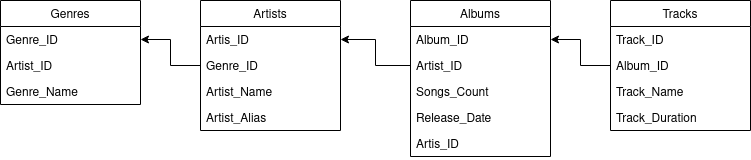
The draw.io diagram home_work1.png in ilia39/for_screenshots, before a commit. Source tidied: cells renumbered, new cells last; positions are measured from the earlier drawing's top-left corner, leaving out a move shared by most shapes. The source it was exported from:
```xml
<mxGraphModel>
  <root>
    <mxCell id="0" />
    <mxCell id="1" parent="0" />
    <mxCell id="2" value="Artists" style="swimlane;fontStyle=0;horizontal=1;startSize=26;" parent="1" vertex="1">
      <mxGeometry x="200" width="140" height="130" as="geometry" />
    </mxCell>
    <mxCell id="3" value="Artis_ID" style="text;strokeColor=none;fillColor=none;align=left;verticalAlign=top;spacingLeft=4;spacingRight=4;overflow=hidden;points=[[0,0.5],[1,0.5]];portConstraint=eastwest;" parent="2" vertex="1">
      <mxGeometry y="26" width="140" height="26" as="geometry" />
    </mxCell>
    <mxCell id="4" value="Genre_ID" style="text;strokeColor=none;fillColor=none;align=left;verticalAlign=top;spacingLeft=4;spacingRight=4;overflow=hidden;points=[[0,0.5],[1,0.5]];portConstraint=eastwest;" parent="2" vertex="1">
      <mxGeometry y="52" width="140" height="26" as="geometry" />
    </mxCell>
    <mxCell id="5" value="Artist_Name" style="text;strokeColor=none;fillColor=none;align=left;verticalAlign=top;spacingLeft=4;spacingRight=4;overflow=hidden;" parent="2" vertex="1">
      <mxGeometry y="78" width="140" height="26" as="geometry" />
    </mxCell>
    <mxCell id="6" value="Artist_Alias" style="text;strokeColor=none;fillColor=none;align=left;verticalAlign=top;spacingLeft=4;spacingRight=4;overflow=hidden;" parent="2" vertex="1">
      <mxGeometry y="104" width="140" height="26" as="geometry" />
    </mxCell>
    <mxCell id="7" value="Albums" style="swimlane;fontStyle=0;horizontal=1;startSize=26;" parent="1" vertex="1">
      <mxGeometry x="410" width="140" height="156" as="geometry" />
    </mxCell>
    <mxCell id="8" value="Album_ID" style="text;strokeColor=none;fillColor=none;align=left;verticalAlign=top;spacingLeft=4;spacingRight=4;overflow=hidden;" parent="7" vertex="1">
      <mxGeometry y="26" width="140" height="26" as="geometry" />
    </mxCell>
    <mxCell id="9" value="Artist_ID" style="text;strokeColor=none;fillColor=none;align=left;verticalAlign=top;spacingLeft=4;spacingRight=4;overflow=hidden;points=[[0,0.5],[1,0.5]];portConstraint=eastwest;" parent="7" vertex="1">
      <mxGeometry y="52" width="140" height="26" as="geometry" />
    </mxCell>
    <mxCell id="10" value="Songs_Count" style="text;strokeColor=none;fillColor=none;align=left;verticalAlign=top;spacingLeft=4;spacingRight=4;overflow=hidden;" parent="7" vertex="1">
      <mxGeometry y="78" width="140" height="26" as="geometry" />
    </mxCell>
    <mxCell id="11" value="Release_Date" style="text;strokeColor=none;fillColor=none;align=left;verticalAlign=top;spacingLeft=4;spacingRight=4;overflow=hidden;" parent="7" vertex="1">
      <mxGeometry y="104" width="140" height="26" as="geometry" />
    </mxCell>
    <mxCell id="12" value="Artis_ID" style="text;strokeColor=none;fillColor=none;align=left;verticalAlign=top;spacingLeft=4;spacingRight=4;overflow=hidden;" parent="7" vertex="1">
      <mxGeometry y="130" width="140" height="26" as="geometry" />
    </mxCell>
    <mxCell id="13" style="edgeStyle=orthogonalEdgeStyle;rounded=0;jettySize=auto;html=1;entryX=1;entryY=0.5;entryDx=0;entryDy=0;" parent="1" edge="1" source="9" target="3">
      <mxGeometry relative="1" as="geometry" />
    </mxCell>
    <mxCell id="14" value="Tracks" style="swimlane;fontStyle=0;horizontal=1;startSize=26;" parent="1" vertex="1">
      <mxGeometry x="610" width="140" height="130" as="geometry" />
    </mxCell>
    <mxCell id="15" value="Track_ID" style="text;strokeColor=none;fillColor=none;align=left;verticalAlign=top;spacingLeft=4;spacingRight=4;overflow=hidden;" parent="14" vertex="1">
      <mxGeometry y="26" width="140" height="26" as="geometry" />
    </mxCell>
    <mxCell id="16" value="Album_ID" style="text;strokeColor=none;fillColor=none;align=left;verticalAlign=top;spacingLeft=4;spacingRight=4;overflow=hidden;points=[[0,0.5],[1,0.5]];portConstraint=eastwest;" parent="14" vertex="1">
      <mxGeometry y="52" width="140" height="26" as="geometry" />
    </mxCell>
    <mxCell id="17" value="Track_Name" style="text;strokeColor=none;fillColor=none;align=left;verticalAlign=top;spacingLeft=4;spacingRight=4;overflow=hidden;" parent="14" vertex="1">
      <mxGeometry y="78" width="140" height="26" as="geometry" />
    </mxCell>
    <mxCell id="18" value="Track_Duration" style="text;strokeColor=none;fillColor=none;align=left;verticalAlign=top;spacingLeft=4;spacingRight=4;overflow=hidden;" parent="14" vertex="1">
      <mxGeometry y="104" width="140" height="26" as="geometry" />
    </mxCell>
    <mxCell id="19" style="edgeStyle=orthogonalEdgeStyle;rounded=0;jettySize=auto;html=1;entryX=1;entryY=0.25;entryDx=0;entryDy=0;" parent="1" edge="1" source="16" target="7">
      <mxGeometry relative="1" as="geometry" />
    </mxCell>
    <mxCell id="20" value="Genres" style="swimlane;fontStyle=0;horizontal=1;startSize=26;" parent="1" vertex="1">
      <mxGeometry width="140" height="104" as="geometry" />
    </mxCell>
    <mxCell id="21" value="Genre_ID" style="text;strokeColor=none;fillColor=none;align=left;verticalAlign=top;spacingLeft=4;spacingRight=4;overflow=hidden;points=[[0,0.5],[1,0.5]];portConstraint=eastwest;" parent="20" vertex="1">
      <mxGeometry y="26" width="140" height="26" as="geometry" />
    </mxCell>
    <mxCell id="22" value="Artist_ID" style="text;strokeColor=none;fillColor=none;align=left;verticalAlign=top;spacingLeft=4;spacingRight=4;overflow=hidden;points=[[0,0.5],[1,0.5]];portConstraint=eastwest;" parent="20" vertex="1">
      <mxGeometry y="52" width="140" height="26" as="geometry" />
    </mxCell>
    <mxCell id="23" value="Genre_Name" style="text;strokeColor=none;fillColor=none;align=left;verticalAlign=top;spacingLeft=4;spacingRight=4;overflow=hidden;" parent="20" vertex="1">
      <mxGeometry y="78" width="140" height="26" as="geometry" />
    </mxCell>
    <mxCell id="24" style="edgeStyle=orthogonalEdgeStyle;rounded=0;jettySize=auto;html=1;entryX=1;entryY=0.5;entryDx=0;entryDy=0;" parent="1" edge="1" source="4" target="21">
      <mxGeometry relative="1" as="geometry" />
    </mxCell>
  </root>
</mxGraphModel>
```
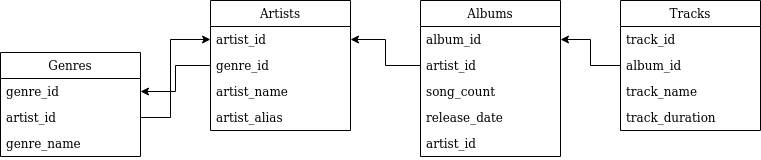
After the commit.

Change to the diagram source:
```diff
@@ -5,34 +5,34 @@
     <mxCell id="2" value="Artists" style="swimlane;fontStyle=0;horizontal=1;startSize=26;" parent="1" vertex="1">
       <mxGeometry x="200" width="140" height="130" as="geometry" />
     </mxCell>
-    <mxCell id="3" value="Artis_ID" style="text;strokeColor=none;fillColor=none;align=left;verticalAlign=top;spacingLeft=4;spacingRight=4;overflow=hidden;points=[[0,0.5],[1,0.5]];portConstraint=eastwest;" parent="2" vertex="1">
+    <mxCell id="3" value="artist_id" style="text;strokeColor=none;fillColor=none;align=left;verticalAlign=top;spacingLeft=4;spacingRight=4;overflow=hidden;points=[[0,0.5],[1,0.5]];portConstraint=eastwest;" parent="2" vertex="1">
       <mxGeometry y="26" width="140" height="26" as="geometry" />
     </mxCell>
-    <mxCell id="4" value="Genre_ID" style="text;strokeColor=none;fillColor=none;align=left;verticalAlign=top;spacingLeft=4;spacingRight=4;overflow=hidden;points=[[0,0.5],[1,0.5]];portConstraint=eastwest;" parent="2" vertex="1">
+    <mxCell id="4" value="genre_id" style="text;strokeColor=none;fillColor=none;align=left;verticalAlign=top;spacingLeft=4;spacingRight=4;overflow=hidden;points=[[0,0.5],[1,0.5]];portConstraint=eastwest;" parent="2" vertex="1">
       <mxGeometry y="52" width="140" height="26" as="geometry" />
     </mxCell>
-    <mxCell id="5" value="Artist_Name" style="text;strokeColor=none;fillColor=none;align=left;verticalAlign=top;spacingLeft=4;spacingRight=4;overflow=hidden;" parent="2" vertex="1">
+    <mxCell id="5" value="artist_name" style="text;strokeColor=none;fillColor=none;align=left;verticalAlign=top;spacingLeft=4;spacingRight=4;overflow=hidden;" parent="2" vertex="1">
       <mxGeometry y="78" width="140" height="26" as="geometry" />
     </mxCell>
-    <mxCell id="6" value="Artist_Alias" style="text;strokeColor=none;fillColor=none;align=left;verticalAlign=top;spacingLeft=4;spacingRight=4;overflow=hidden;" parent="2" vertex="1">
+    <mxCell id="6" value="artist_alias" style="text;strokeColor=none;fillColor=none;align=left;verticalAlign=top;spacingLeft=4;spacingRight=4;overflow=hidden;" parent="2" vertex="1">
       <mxGeometry y="104" width="140" height="26" as="geometry" />
     </mxCell>
     <mxCell id="7" value="Albums" style="swimlane;fontStyle=0;horizontal=1;startSize=26;" parent="1" vertex="1">
       <mxGeometry x="410" width="140" height="156" as="geometry" />
     </mxCell>
-    <mxCell id="8" value="Album_ID" style="text;strokeColor=none;fillColor=none;align=left;verticalAlign=top;spacingLeft=4;spacingRight=4;overflow=hidden;" parent="7" vertex="1">
+    <mxCell id="8" value="album_id" style="text;strokeColor=none;fillColor=none;align=left;verticalAlign=top;spacingLeft=4;spacingRight=4;overflow=hidden;" parent="7" vertex="1">
       <mxGeometry y="26" width="140" height="26" as="geometry" />
     </mxCell>
-    <mxCell id="9" value="Artist_ID" style="text;strokeColor=none;fillColor=none;align=left;verticalAlign=top;spacingLeft=4;spacingRight=4;overflow=hidden;points=[[0,0.5],[1,0.5]];portConstraint=eastwest;" parent="7" vertex="1">
+    <mxCell id="9" value="artist_id" style="text;strokeColor=none;fillColor=none;align=left;verticalAlign=top;spacingLeft=4;spacingRight=4;overflow=hidden;points=[[0,0.5],[1,0.5]];portConstraint=eastwest;" parent="7" vertex="1">
       <mxGeometry y="52" width="140" height="26" as="geometry" />
     </mxCell>
-    <mxCell id="10" value="Songs_Count" style="text;strokeColor=none;fillColor=none;align=left;verticalAlign=top;spacingLeft=4;spacingRight=4;overflow=hidden;" parent="7" vertex="1">
+    <mxCell id="10" value="song_count" style="text;strokeColor=none;fillColor=none;align=left;verticalAlign=top;spacingLeft=4;spacingRight=4;overflow=hidden;" parent="7" vertex="1">
       <mxGeometry y="78" width="140" height="26" as="geometry" />
     </mxCell>
-    <mxCell id="11" value="Release_Date" style="text;strokeColor=none;fillColor=none;align=left;verticalAlign=top;spacingLeft=4;spacingRight=4;overflow=hidden;" parent="7" vertex="1">
+    <mxCell id="11" value="release_date" style="text;strokeColor=none;fillColor=none;align=left;verticalAlign=top;spacingLeft=4;spacingRight=4;overflow=hidden;" parent="7" vertex="1">
       <mxGeometry y="104" width="140" height="26" as="geometry" />
     </mxCell>
-    <mxCell id="12" value="Artis_ID" style="text;strokeColor=none;fillColor=none;align=left;verticalAlign=top;spacingLeft=4;spacingRight=4;overflow=hidden;" parent="7" vertex="1">
+    <mxCell id="12" value="artist_id" style="text;strokeColor=none;fillColor=none;align=left;verticalAlign=top;spacingLeft=4;spacingRight=4;overflow=hidden;" parent="7" vertex="1">
       <mxGeometry y="130" width="140" height="26" as="geometry" />
     </mxCell>
     <mxCell id="13" style="edgeStyle=orthogonalEdgeStyle;rounded=0;jettySize=auto;html=1;entryX=1;entryY=0.5;entryDx=0;entryDy=0;" parent="1" edge="1" source="9" target="3">
@@ -41,35 +41,43 @@
     <mxCell id="14" value="Tracks" style="swimlane;fontStyle=0;horizontal=1;startSize=26;" parent="1" vertex="1">
       <mxGeometry x="610" width="140" height="130" as="geometry" />
     </mxCell>
-    <mxCell id="15" value="Track_ID" style="text;strokeColor=none;fillColor=none;align=left;verticalAlign=top;spacingLeft=4;spacingRight=4;overflow=hidden;" parent="14" vertex="1">
+    <mxCell id="15" value="track_id" style="text;strokeColor=none;fillColor=none;align=left;verticalAlign=top;spacingLeft=4;spacingRight=4;overflow=hidden;" parent="14" vertex="1">
       <mxGeometry y="26" width="140" height="26" as="geometry" />
     </mxCell>
-    <mxCell id="16" value="Album_ID" style="text;strokeColor=none;fillColor=none;align=left;verticalAlign=top;spacingLeft=4;spacingRight=4;overflow=hidden;points=[[0,0.5],[1,0.5]];portConstraint=eastwest;" parent="14" vertex="1">
+    <mxCell id="16" value="album_id" style="text;strokeColor=none;fillColor=none;align=left;verticalAlign=top;spacingLeft=4;spacingRight=4;overflow=hidden;points=[[0,0.5],[1,0.5]];portConstraint=eastwest;" parent="14" vertex="1">
       <mxGeometry y="52" width="140" height="26" as="geometry" />
     </mxCell>
-    <mxCell id="17" value="Track_Name" style="text;strokeColor=none;fillColor=none;align=left;verticalAlign=top;spacingLeft=4;spacingRight=4;overflow=hidden;" parent="14" vertex="1">
+    <mxCell id="17" value="track_name" style="text;strokeColor=none;fillColor=none;align=left;verticalAlign=top;spacingLeft=4;spacingRight=4;overflow=hidden;" parent="14" vertex="1">
       <mxGeometry y="78" width="140" height="26" as="geometry" />
     </mxCell>
-    <mxCell id="18" value="Track_Duration" style="text;strokeColor=none;fillColor=none;align=left;verticalAlign=top;spacingLeft=4;spacingRight=4;overflow=hidden;" parent="14" vertex="1">
+    <mxCell id="18" value="track_duration" style="text;strokeColor=none;fillColor=none;align=left;verticalAlign=top;spacingLeft=4;spacingRight=4;overflow=hidden;" parent="14" vertex="1">
       <mxGeometry y="104" width="140" height="26" as="geometry" />
     </mxCell>
     <mxCell id="19" style="edgeStyle=orthogonalEdgeStyle;rounded=0;jettySize=auto;html=1;entryX=1;entryY=0.25;entryDx=0;entryDy=0;" parent="1" edge="1" source="16" target="7">
       <mxGeometry relative="1" as="geometry" />
     </mxCell>
     <mxCell id="20" value="Genres" style="swimlane;fontStyle=0;horizontal=1;startSize=26;" parent="1" vertex="1">
-      <mxGeometry width="140" height="104" as="geometry" />
+      <mxGeometry x="-10" y="52" width="140" height="104" as="geometry" />
     </mxCell>
-    <mxCell id="21" value="Genre_ID" style="text;strokeColor=none;fillColor=none;align=left;verticalAlign=top;spacingLeft=4;spacingRight=4;overflow=hidden;points=[[0,0.5],[1,0.5]];portConstraint=eastwest;" parent="20" vertex="1">
+    <mxCell id="21" value="genre_id" style="text;strokeColor=none;fillColor=none;align=left;verticalAlign=top;spacingLeft=4;spacingRight=4;overflow=hidden;points=[[0,0.5],[1,0.5]];portConstraint=eastwest;" parent="20" vertex="1">
       <mxGeometry y="26" width="140" height="26" as="geometry" />
     </mxCell>
-    <mxCell id="22" value="Artist_ID" style="text;strokeColor=none;fillColor=none;align=left;verticalAlign=top;spacingLeft=4;spacingRight=4;overflow=hidden;points=[[0,0.5],[1,0.5]];portConstraint=eastwest;" parent="20" vertex="1">
+    <mxCell id="22" value="artist_id" style="text;strokeColor=none;fillColor=none;align=left;verticalAlign=top;spacingLeft=4;spacingRight=4;overflow=hidden;points=[[0,0.5],[1,0.5]];portConstraint=eastwest;" parent="20" vertex="1">
       <mxGeometry y="52" width="140" height="26" as="geometry" />
     </mxCell>
-    <mxCell id="23" value="Genre_Name" style="text;strokeColor=none;fillColor=none;align=left;verticalAlign=top;spacingLeft=4;spacingRight=4;overflow=hidden;" parent="20" vertex="1">
+    <mxCell id="23" value="genre_name" style="text;strokeColor=none;fillColor=none;align=left;verticalAlign=top;spacingLeft=4;spacingRight=4;overflow=hidden;" parent="20" vertex="1">
       <mxGeometry y="78" width="140" height="26" as="geometry" />
     </mxCell>
     <mxCell id="24" style="edgeStyle=orthogonalEdgeStyle;rounded=0;jettySize=auto;html=1;entryX=1;entryY=0.5;entryDx=0;entryDy=0;" parent="1" edge="1" source="4" target="21">
       <mxGeometry relative="1" as="geometry" />
     </mxCell>
+    <mxCell id="25" style="edgeStyle=orthogonalEdgeStyle;rounded=0;jettySize=auto;html=1;entryX=0;entryY=0.5;entryDx=0;entryDy=0;exitX=1;exitY=0.5;exitDx=0;exitDy=0;" parent="1" edge="1" source="22" target="3">
+      <mxGeometry relative="1" as="geometry">
+        <Array as="points">
+          <mxPoint x="160" y="117" />
+          <mxPoint x="160" y="39" />
+        </Array>
+      </mxGeometry>
+    </mxCell>
   </root>
 </mxGraphModel>
```
